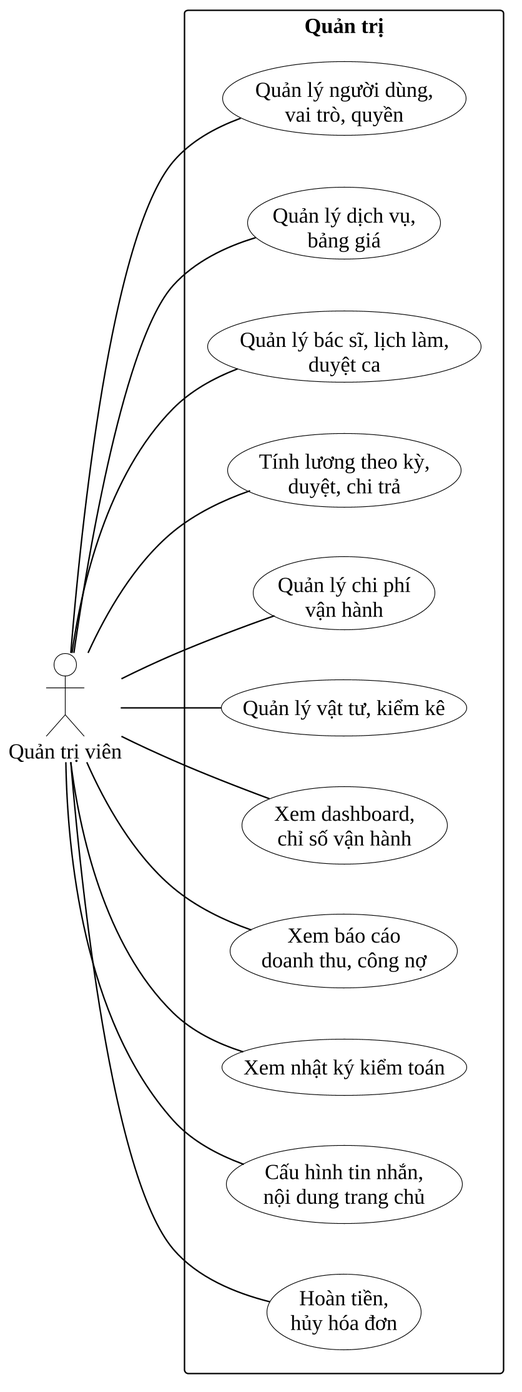
This is docs/10_Thesis/bao-cao/hinh/2-5-use-case-quan-tri.png from Trantuan0310/dental-clinic-nestjs-react, a PlantUML export, as it was before one commit. The source it was exported from:
```plantuml
@startuml
!include _kieu.iuml
left to right direction
actor "Quản trị viên" as QT
rectangle "Quản trị" {
  usecase "Quản lý người dùng,\nvai trò, quyền" as a
  usecase "Quản lý dịch vụ,\nbảng giá" as b
  usecase "Quản lý bác sĩ, lịch làm,\nduyệt ca" as c
  usecase "Tính lương theo kỳ,\nduyệt, chi trả" as d
  usecase "Quản lý chi phí\nvận hành" as e
  usecase "Quản lý vật tư, kiểm kê" as f
  usecase "Xem dashboard,\nchỉ số vận hành" as g
  usecase "Xem báo cáo\ndoanh thu, công nợ" as h
  usecase "Xem nhật ký kiểm toán" as i
  usecase "Cấu hình tin nhắn,\nnội dung trang chủ" as j
  usecase "Hoàn tiền,\nhủy hóa đơn" as k
}
QT -- a
QT -- b
QT -- c
QT -- d
QT -- e
QT -- f
QT -- g
QT -- h
QT -- i
QT -- j
QT -- k
@enduml
```
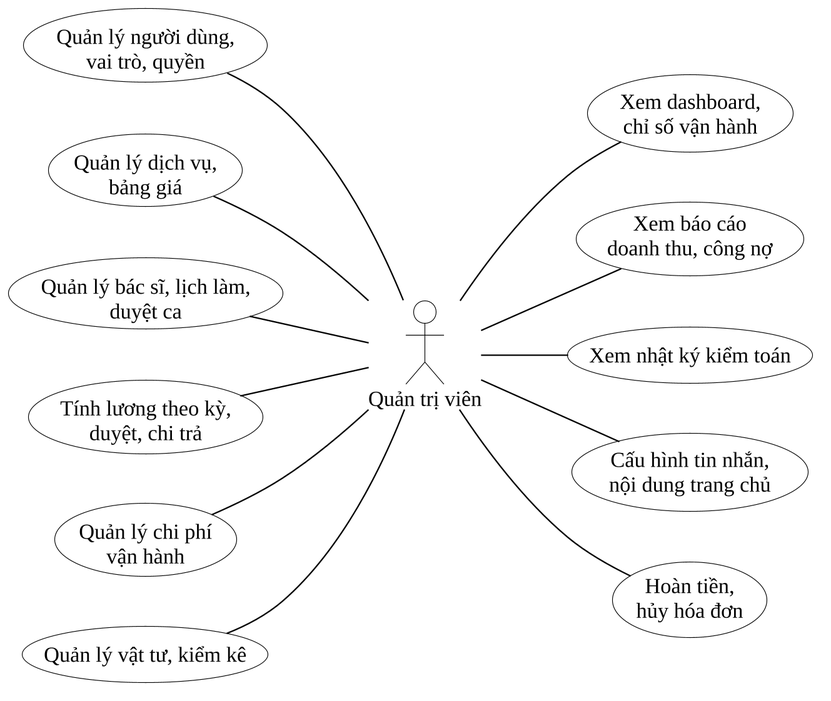
After the commit.

Commit message:
docs(báo cáo): hệ đào tạo trên bìa; biểu đồ use case gọn hai bên tác nhân

Change to the diagram source:
```diff
@@ -1,29 +1,27 @@
 @startuml
-!include _kieu.iuml
+!include /home/user/dental-clinic-nestjs-react/docs/10_Thesis/bao-cao/so-do/_kieu.iuml
 left to right direction
 actor "Quản trị viên" as QT
-rectangle "Quản trị" {
-  usecase "Quản lý người dùng,\nvai trò, quyền" as a
-  usecase "Quản lý dịch vụ,\nbảng giá" as b
-  usecase "Quản lý bác sĩ, lịch làm,\nduyệt ca" as c
-  usecase "Tính lương theo kỳ,\nduyệt, chi trả" as d
-  usecase "Quản lý chi phí\nvận hành" as e
-  usecase "Quản lý vật tư, kiểm kê" as f
-  usecase "Xem dashboard,\nchỉ số vận hành" as g
-  usecase "Xem báo cáo\ndoanh thu, công nợ" as h
-  usecase "Xem nhật ký kiểm toán" as i
-  usecase "Cấu hình tin nhắn,\nnội dung trang chủ" as j
-  usecase "Hoàn tiền,\nhủy hóa đơn" as k
-}
-QT -- a
-QT -- b
-QT -- c
-QT -- d
-QT -- e
-QT -- f
+usecase "Quản lý người dùng,\nvai trò, quyền" as a
+usecase "Quản lý dịch vụ,\nbảng giá" as b
+usecase "Quản lý bác sĩ, lịch làm,\nduyệt ca" as c
+usecase "Tính lương theo kỳ,\nduyệt, chi trả" as d
+usecase "Quản lý chi phí\nvận hành" as e
+usecase "Quản lý vật tư, kiểm kê" as f
+usecase "Xem dashboard,\nchỉ số vận hành" as g
+usecase "Xem báo cáo\ndoanh thu, công nợ" as h
+usecase "Xem nhật ký kiểm toán" as i
+usecase "Cấu hình tin nhắn,\nnội dung trang chủ" as j
+usecase "Hoàn tiền,\nhủy hóa đơn" as k
+a -- QT
+b -- QT
+c -- QT
+d -- QT
+e -- QT
+f -- QT
+QT -- k
+QT -- j
+QT -- i
+QT -- h
 QT -- g
-QT -- h
-QT -- i
-QT -- j
-QT -- k
 @enduml
```
